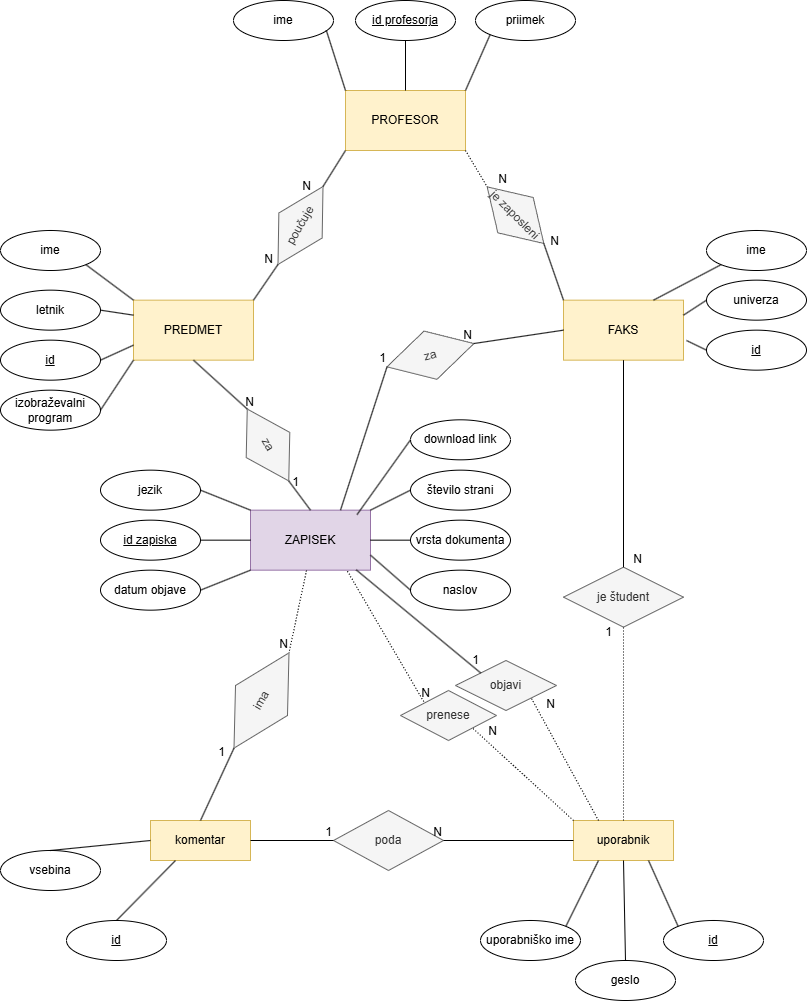
The draw.io diagram projektna_zapiski.png in zivakurez/OPB-izmenjevalnica_zapiskov, before a commit. Source tidied: cells renumbered, new cells last; positions are measured from the earlier drawing's top-left corner, leaving out a move shared by most shapes.
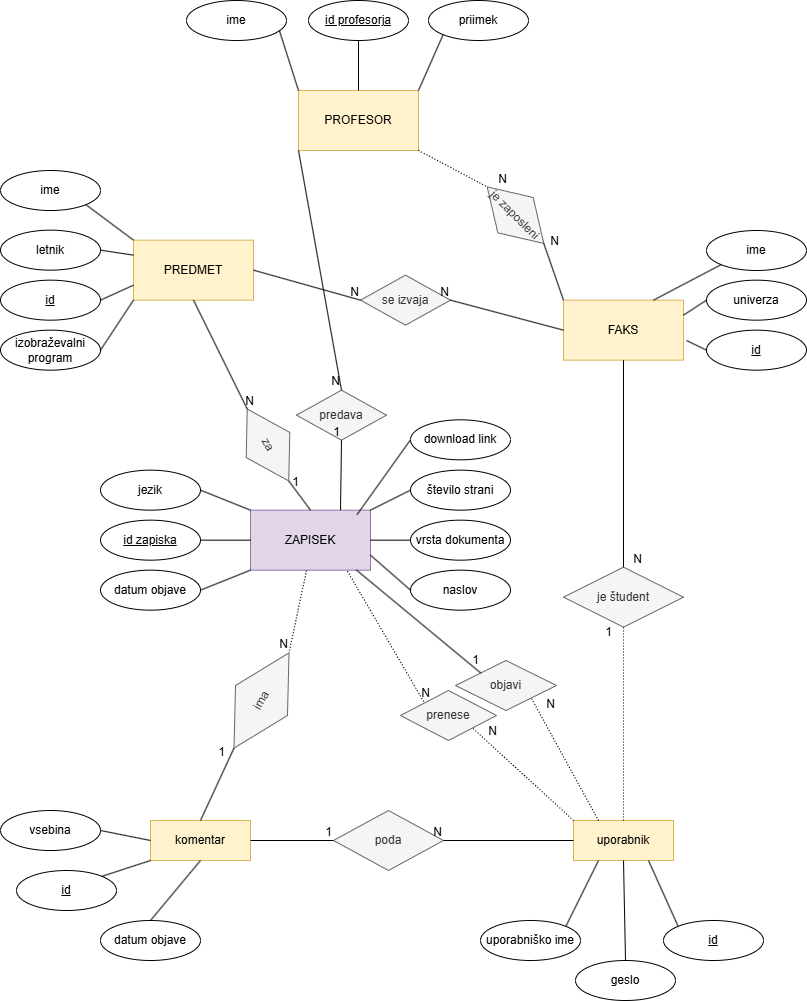
After the commit.

Commit message:
popravljen er-diagram

The edit, as a diff of the source:
```diff
@@ -6,10 +6,10 @@
       <mxGeometry x="250" y="509.7" width="120" height="60" as="geometry" />
     </mxCell>
     <mxCell id="3" value="PREDMET" style="rounded=0;whiteSpace=wrap;html=1;fillColor=#fff2cc;strokeColor=#d6b656;" parent="1" vertex="1">
-      <mxGeometry x="133" y="299.7" width="120" height="60" as="geometry" />
+      <mxGeometry x="133" y="239.7" width="120" height="60" as="geometry" />
     </mxCell>
     <mxCell id="4" value="PROFESOR" style="rounded=0;whiteSpace=wrap;html=1;fillColor=#fff2cc;strokeColor=#d6b656;" parent="1" vertex="1">
-      <mxGeometry x="345" y="90" width="120" height="60" as="geometry" />
+      <mxGeometry x="298" y="90" width="120" height="60" as="geometry" />
     </mxCell>
     <mxCell id="5" value="FAKS" style="rounded=0;whiteSpace=wrap;html=1;fillColor=#fff2cc;strokeColor=#d6b656;" parent="1" vertex="1">
       <mxGeometry x="563" y="299.7" width="120" height="60" as="geometry" />
@@ -39,10 +39,10 @@
       <mxGeometry relative="1" as="geometry" />
     </mxCell>
     <mxCell id="14" value="letnik" style="ellipse;whiteSpace=wrap;html=1;align=center;" parent="1" vertex="1">
-      <mxGeometry y="289.7" width="100" height="40" as="geometry" />
+      <mxGeometry y="229.7" width="100" height="40" as="geometry" />
     </mxCell>
     <mxCell id="15" value="id" style="ellipse;whiteSpace=wrap;html=1;align=center;fontStyle=4;" parent="1" vertex="1">
-      <mxGeometry y="339.7" width="100" height="40" as="geometry" />
+      <mxGeometry y="279.7" width="100" height="40" as="geometry" />
     </mxCell>
     <mxCell id="16" value="datum objave" style="ellipse;whiteSpace=wrap;html=1;align=center;" parent="1" vertex="1">
       <mxGeometry x="100" y="569.7" width="100" height="40" as="geometry" />
@@ -50,39 +50,20 @@
     <mxCell id="17" style="endArrow=none;html=1;rounded=0;entryX=0;entryY=1;entryDx=0;entryDy=0;exitX=1;exitY=0.5;exitDx=0;exitDy=0;" parent="1" edge="1" source="16" target="2">
       <mxGeometry relative="1" as="geometry" />
     </mxCell>
-    <mxCell id="18" value="poučuje" style="shape=rhombus;perimeter=rhombusPerimeter;whiteSpace=wrap;html=1;align=center;rotation=-60;fillColor=#f5f5f5;fontColor=#333333;strokeColor=#666666;" parent="1" vertex="1">
-      <mxGeometry x="255" y="200" width="90" height="50" as="geometry" />
-    </mxCell>
-    <mxCell id="19" style="endArrow=none;html=1;rounded=0;exitX=1;exitY=0;exitDx=0;exitDy=0;entryX=0;entryY=0.5;entryDx=0;entryDy=0;" parent="1" edge="1" source="3" target="18">
-      <mxGeometry relative="1" as="geometry" />
-    </mxCell>
-    <mxCell id="20" value="N" style="html=1;whiteSpace=wrap;align=right;verticalAlign=bottom;" parent="19" vertex="1">
-      <mxGeometry x="1" relative="1" as="geometry">
-        <mxPoint x="-3" y="3" as="offset" />
-      </mxGeometry>
-    </mxCell>
-    <mxCell id="21" style="endArrow=none;html=1;rounded=0;entryX=1;entryY=0.5;entryDx=0;entryDy=0;exitX=0;exitY=1;exitDx=0;exitDy=0;" parent="1" edge="1" source="4" target="18">
-      <mxGeometry relative="1" as="geometry" />
-    </mxCell>
-    <mxCell id="22" value="N" style="html=1;whiteSpace=wrap;align=right;verticalAlign=bottom;" parent="21" vertex="1">
-      <mxGeometry x="1" relative="1" as="geometry">
-        <mxPoint x="-11" y="8" as="offset" />
-      </mxGeometry>
-    </mxCell>
-    <mxCell id="23" value="za" style="shape=rhombus;perimeter=rhombusPerimeter;whiteSpace=wrap;html=1;align=center;fillColor=#f5f5f5;fontColor=#333333;strokeColor=#666666;rotation=-15;" parent="1" vertex="1">
-      <mxGeometry x="385" y="329.7" width="90" height="50" as="geometry" />
+    <mxCell id="23" value="predava" style="shape=rhombus;perimeter=rhombusPerimeter;whiteSpace=wrap;html=1;align=center;fillColor=#f5f5f5;fontColor=#333333;strokeColor=#666666;rotation=0;" parent="1" vertex="1">
+      <mxGeometry x="296" y="389.7" width="90" height="50" as="geometry" />
     </mxCell>
-    <mxCell id="24" style="endArrow=none;html=1;rounded=0;entryX=1;entryY=0.5;entryDx=0;entryDy=0;exitX=0;exitY=0.5;exitDx=0;exitDy=0;" parent="1" edge="1" source="5" target="23">
+    <mxCell id="24" style="endArrow=none;html=1;rounded=0;entryX=0.5;entryY=0;entryDx=0;entryDy=0;exitX=0;exitY=1;exitDx=0;exitDy=0;" parent="1" edge="1" source="4" target="23">
       <mxGeometry relative="1" as="geometry" />
     </mxCell>
     <mxCell id="25" value="N" style="html=1;whiteSpace=wrap;align=right;verticalAlign=bottom;" parent="24" vertex="1">
       <mxGeometry x="1" relative="1" as="geometry" />
     </mxCell>
     <mxCell id="26" value="id profesorja" style="ellipse;whiteSpace=wrap;html=1;align=center;fontStyle=4;" parent="1" vertex="1">
-      <mxGeometry x="355" width="100" height="40" as="geometry" />
+      <mxGeometry x="308" width="100" height="40" as="geometry" />
     </mxCell>
     <mxCell id="27" value="priimek" style="ellipse;whiteSpace=wrap;html=1;align=center;" parent="1" vertex="1">
-      <mxGeometry x="475" width="100" height="40" as="geometry" />
+      <mxGeometry x="428" width="100" height="40" as="geometry" />
     </mxCell>
     <mxCell id="28" style="endArrow=none;html=1;rounded=0;exitX=0.5;exitY=1;exitDx=0;exitDy=0;entryX=0.5;entryY=0;entryDx=0;entryDy=0;" parent="1" edge="1" source="26" target="4">
       <mxGeometry relative="1" as="geometry" />
@@ -97,7 +78,7 @@
       <mxGeometry relative="1" as="geometry" />
     </mxCell>
     <mxCell id="32" value="izobraževalni program" style="ellipse;whiteSpace=wrap;html=1;align=center;" parent="1" vertex="1">
-      <mxGeometry y="389.7" width="100" height="40" as="geometry" />
+      <mxGeometry y="329.7" width="100" height="40" as="geometry" />
     </mxCell>
     <mxCell id="33" style="endArrow=none;html=1;rounded=0;entryX=0;entryY=1;entryDx=0;entryDy=0;exitX=1;exitY=0.5;exitDx=0;exitDy=0;" parent="1" edge="1" source="32" target="3">
       <mxGeometry relative="1" as="geometry" />
@@ -165,9 +146,9 @@
       <mxGeometry x="150" y="820" width="100" height="40" as="geometry" />
     </mxCell>
     <mxCell id="52" value="id" style="ellipse;whiteSpace=wrap;html=1;align=center;fontStyle=4;" parent="1" vertex="1">
-      <mxGeometry x="66" y="920" width="100" height="40" as="geometry" />
+      <mxGeometry x="16" y="870" width="100" height="40" as="geometry" />
     </mxCell>
-    <mxCell id="53" style="endArrow=none;html=1;rounded=0;exitX=0.5;exitY=0;exitDx=0;exitDy=0;entryX=0.25;entryY=1;entryDx=0;entryDy=0;" parent="1" edge="1" source="52" target="51">
+    <mxCell id="53" style="endArrow=none;html=1;rounded=0;exitX=1;exitY=0;exitDx=0;exitDy=0;entryX=0;entryY=1;entryDx=0;entryDy=0;" parent="1" edge="1" source="52" target="51">
       <mxGeometry relative="1" as="geometry" />
     </mxCell>
     <mxCell id="54" value="poda" style="shape=rhombus;perimeter=rhombusPerimeter;whiteSpace=wrap;html=1;align=center;fillColor=#f5f5f5;fontColor=#333333;strokeColor=#666666;" parent="1" vertex="1">
@@ -186,9 +167,9 @@
       <mxGeometry x="1" relative="1" as="geometry" />
     </mxCell>
     <mxCell id="59" value="vsebina" style="ellipse;whiteSpace=wrap;html=1;align=center;" parent="1" vertex="1">
-      <mxGeometry y="850" width="100" height="40" as="geometry" />
+      <mxGeometry y="810" width="100" height="40" as="geometry" />
     </mxCell>
-    <mxCell id="60" style="endArrow=none;html=1;rounded=0;exitX=0;exitY=0.5;exitDx=0;exitDy=0;entryX=0.5;entryY=0;entryDx=0;entryDy=0;" parent="1" edge="1" source="51" target="59">
+    <mxCell id="60" style="endArrow=none;html=1;rounded=0;exitX=0;exitY=0.5;exitDx=0;exitDy=0;entryX=1;entryY=0.5;entryDx=0;entryDy=0;" parent="1" edge="1" source="51" target="59">
       <mxGeometry relative="1" as="geometry" />
     </mxCell>
     <mxCell id="61" value="objavi" style="shape=rhombus;perimeter=rhombusPerimeter;whiteSpace=wrap;html=1;align=center;fillColor=#f5f5f5;fontColor=#333333;strokeColor=#666666;" parent="1" vertex="1">
@@ -239,13 +220,13 @@
       <mxGeometry x="206" y="670" width="110" height="60" as="geometry" />
     </mxCell>
     <mxCell id="74" value="ime" style="ellipse;whiteSpace=wrap;html=1;align=center;" parent="1" vertex="1">
-      <mxGeometry x="233" width="100" height="40" as="geometry" />
+      <mxGeometry x="186" width="100" height="40" as="geometry" />
     </mxCell>
     <mxCell id="75" style="endArrow=none;html=1;rounded=0;exitX=0.928;exitY=0.745;exitDx=0;exitDy=0;exitPerimeter=0;entryX=0;entryY=0;entryDx=0;entryDy=0;" parent="1" edge="1" source="74" target="4">
       <mxGeometry relative="1" as="geometry" />
     </mxCell>
     <mxCell id="76" value="ime" style="ellipse;whiteSpace=wrap;html=1;align=center;" parent="1" vertex="1">
-      <mxGeometry y="230" width="100" height="40" as="geometry" />
+      <mxGeometry y="170" width="100" height="40" as="geometry" />
     </mxCell>
     <mxCell id="77" style="endArrow=none;html=1;rounded=0;exitX=1;exitY=1;exitDx=0;exitDy=0;entryX=0;entryY=0;entryDx=0;entryDy=0;" parent="1" edge="1" source="76" target="3">
       <mxGeometry relative="1" as="geometry" />
@@ -311,11 +292,32 @@
         <mxPoint x="8" y="1" as="offset" />
       </mxGeometry>
     </mxCell>
-    <mxCell id="95" style="endArrow=none;html=1;rounded=0;entryX=0;entryY=0.5;entryDx=0;entryDy=0;exitX=0.75;exitY=0;exitDx=0;exitDy=0;" parent="1" edge="1" source="2" target="23">
+    <mxCell id="95" style="endArrow=none;html=1;rounded=0;entryX=0.5;entryY=1;entryDx=0;entryDy=0;exitX=0.75;exitY=0;exitDx=0;exitDy=0;" parent="1" edge="1" source="2" target="23">
       <mxGeometry relative="1" as="geometry" />
     </mxCell>
     <mxCell id="96" value="1" style="html=1;whiteSpace=wrap;align=right;verticalAlign=bottom;" parent="95" vertex="1">
       <mxGeometry x="1" relative="1" as="geometry" />
     </mxCell>
+    <mxCell id="97" value="se izvaja" style="shape=rhombus;perimeter=rhombusPerimeter;whiteSpace=wrap;html=1;align=center;fillColor=#f5f5f5;strokeColor=#666666;fontColor=#333333;" parent="1" vertex="1">
+      <mxGeometry x="360" y="274.7" width="90" height="50" as="geometry" />
+    </mxCell>
+    <mxCell id="98" style="endArrow=none;html=1;rounded=0;exitX=1;exitY=0.5;exitDx=0;exitDy=0;entryX=0;entryY=0.5;entryDx=0;entryDy=0;" parent="1" edge="1" source="3" target="97">
+      <mxGeometry relative="1" as="geometry" />
+    </mxCell>
+    <mxCell id="99" value="N" style="html=1;whiteSpace=wrap;align=right;verticalAlign=bottom;" parent="98" vertex="1">
+      <mxGeometry x="1" relative="1" as="geometry" />
+    </mxCell>
+    <mxCell id="100" style="endArrow=none;html=1;rounded=0;entryX=1;entryY=0.5;entryDx=0;entryDy=0;exitX=0;exitY=0.5;exitDx=0;exitDy=0;" parent="1" edge="1" source="5" target="97">
+      <mxGeometry relative="1" as="geometry" />
+    </mxCell>
+    <mxCell id="101" value="N" style="html=1;whiteSpace=wrap;align=right;verticalAlign=bottom;" parent="100" vertex="1">
+      <mxGeometry x="1" relative="1" as="geometry" />
+    </mxCell>
+    <mxCell id="102" value="datum objave" style="ellipse;whiteSpace=wrap;html=1;align=center;" parent="1" vertex="1">
+      <mxGeometry x="100" y="920" width="100" height="40" as="geometry" />
+    </mxCell>
+    <mxCell id="103" style="endArrow=none;html=1;rounded=0;exitX=0.5;exitY=0;exitDx=0;exitDy=0;entryX=0.5;entryY=1;entryDx=0;entryDy=0;" parent="1" edge="1" source="102" target="51">
+      <mxGeometry relative="1" as="geometry" />
+    </mxCell>
   </root>
 </mxGraphModel>
```
